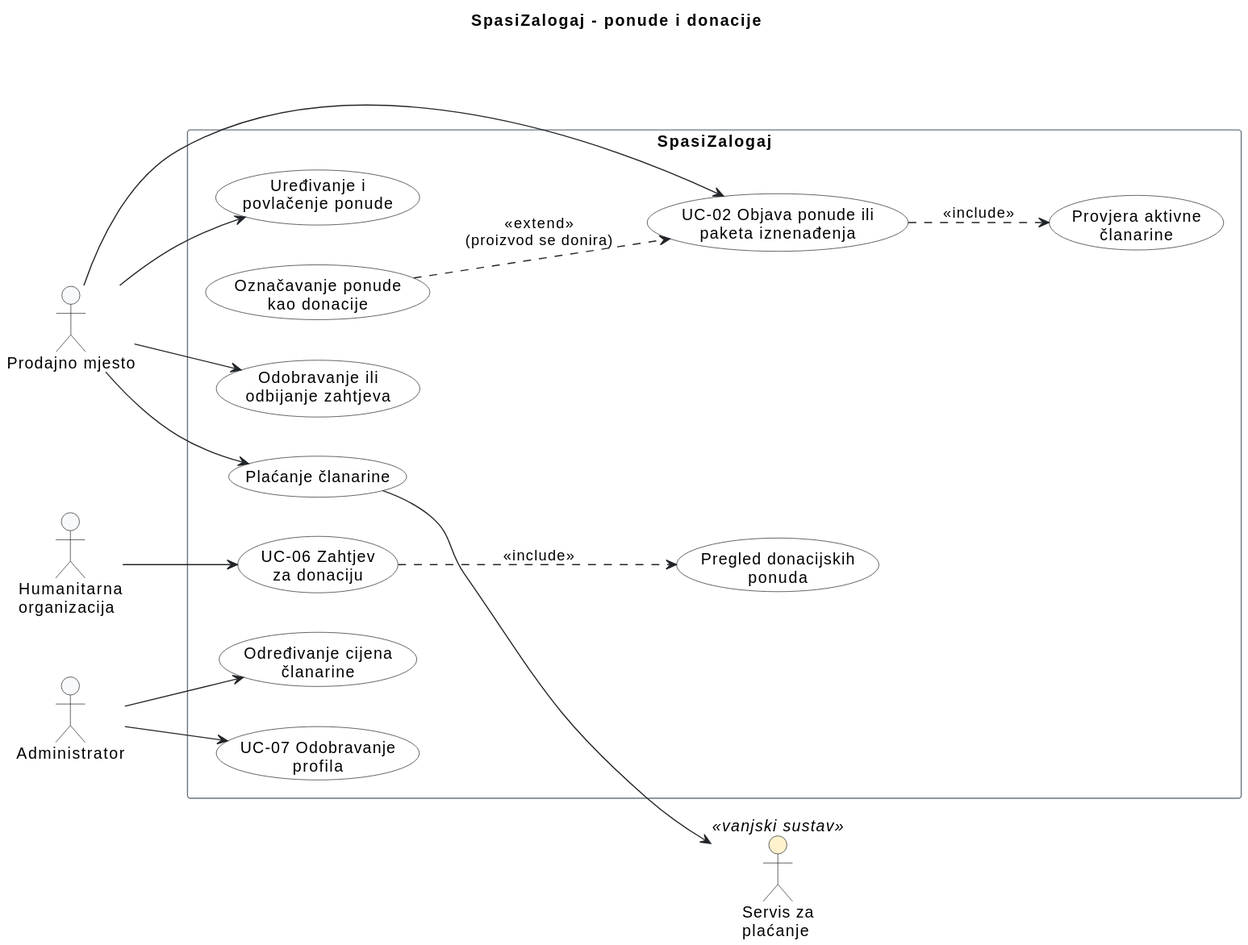
The PlantUML diagram docs/assets/diagrams/3-3-spasizalogaj-offers-donations-UC.svg in frenki1004/Menzory, before a commit. Source of this version:
```plantuml
@startuml
title SpasiZalogaj - ponude i donacije
left to right direction

skinparam shadowing false
skinparam defaultFontName Arial
skinparam ArrowColor #212529
skinparam actor {
    BackgroundColor #F8F9FA
    BorderColor #212529
    BackgroundColor<<vanjski sustav>> #FFF3CD
}
skinparam usecase {
    BackgroundColor #FFFFFF
    BorderColor #212529
}
skinparam rectangle {
    BorderColor #6C757D
}

actor "Prodajno mjesto" as Prodavac
actor "Humanitarna\norganizacija" as Org
actor "Administrator" as Admin

rectangle "SpasiZalogaj" {
    usecase "Plaćanje članarine" as UCClan
    usecase "UC-02 Objava ponude ili\npaketa iznenađenja" as UC02
    usecase "Provjera aktivne\nčlanarine" as UCProvjera
    usecase "Označavanje ponude\nkao donacije" as UCDonacija
    usecase "Uređivanje i\npovlačenje ponude" as UCUredi

    usecase "UC-06 Zahtjev\nza donaciju" as UC06
    usecase "Pregled donacijskih\nponuda" as UCPregledDon
    usecase "Odobravanje ili\nodbijanje zahtjeva" as UCOdluka

    usecase "UC-07 Odobravanje\nprofila" as UC07
    usecase "Određivanje cijena\nčlanarine" as UCCijene
}

actor "Servis za\nplaćanje" as Placanje <<vanjski sustav>>

Prodavac --> UCClan
Prodavac --> UC02
Prodavac --> UCUredi
Prodavac --> UCOdluka

Org --> UC06

Admin --> UC07
Admin --> UCCijene

UC02 ..> UCProvjera : <<include>>
UCDonacija ..> UC02 : <<extend>>\n(proizvod se donira)
UC06 ..> UCPregledDon : <<include>>

UCClan --> Placanje
@enduml
```
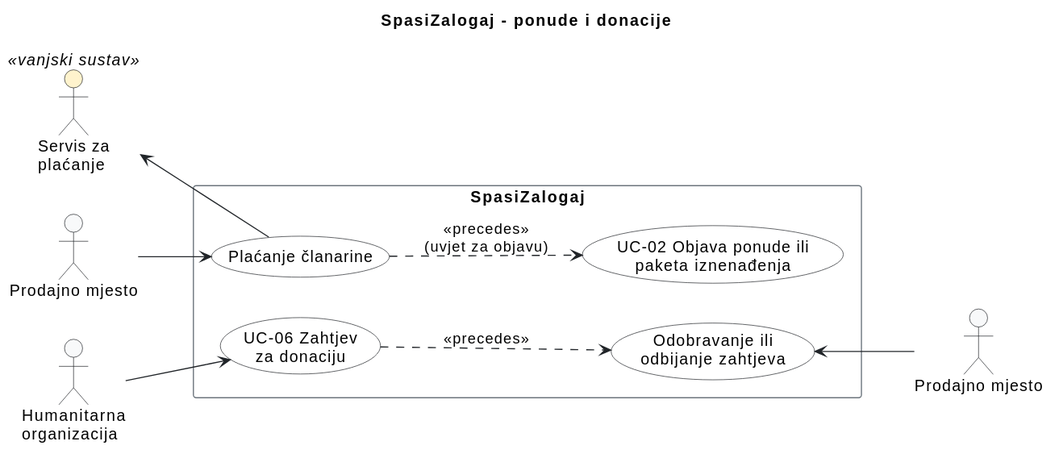
Above is the later version.

The edit, as a diff of the source:
```diff
@@ -1,10 +1,13 @@
 @startuml
+
+
 title SpasiZalogaj - ponude i donacije
 left to right direction
 
 skinparam shadowing false
 skinparam defaultFontName Arial
 skinparam ArrowColor #212529
+
 skinparam actor {
     BackgroundColor #F8F9FA
     BorderColor #212529
@@ -20,38 +23,23 @@
 
 actor "Prodajno mjesto" as Prodavac
 actor "Humanitarna\norganizacija" as Org
-actor "Administrator" as Admin
+actor "Servis za\nplaćanje" as Placanje <<vanjski sustav>>
 
 rectangle "SpasiZalogaj" {
     usecase "Plaćanje članarine" as UCClan
     usecase "UC-02 Objava ponude ili\npaketa iznenađenja" as UC02
-    usecase "Provjera aktivne\nčlanarine" as UCProvjera
-    usecase "Označavanje ponude\nkao donacije" as UCDonacija
-    usecase "Uređivanje i\npovlačenje ponude" as UCUredi
 
     usecase "UC-06 Zahtjev\nza donaciju" as UC06
-    usecase "Pregled donacijskih\nponuda" as UCPregledDon
     usecase "Odobravanje ili\nodbijanje zahtjeva" as UCOdluka
-
-    usecase "UC-07 Odobravanje\nprofila" as UC07
-    usecase "Određivanje cijena\nčlanarine" as UCCijene
 }
 
-actor "Servis za\nplaćanje" as Placanje <<vanjski sustav>>
+actor "Prodajno mjesto" as Prodavac2
 
 Prodavac --> UCClan
-Prodavac --> UC02
-Prodavac --> UCUredi
-Prodavac --> UCOdluka
+UCClan ..> UC02 : <<precedes>>\n(uvjet za objavu)
+UCClan -up-> Placanje
 
 Org --> UC06
-
-Admin --> UC07
-Admin --> UCCijene
-
-UC02 ..> UCProvjera : <<include>>
-UCDonacija ..> UC02 : <<extend>>\n(proizvod se donira)
-UC06 ..> UCPregledDon : <<include>>
-
-UCClan --> Placanje
+UC06 ..> UCOdluka : <<precedes>>
+UCOdluka <-- Prodavac2
 @enduml
```
